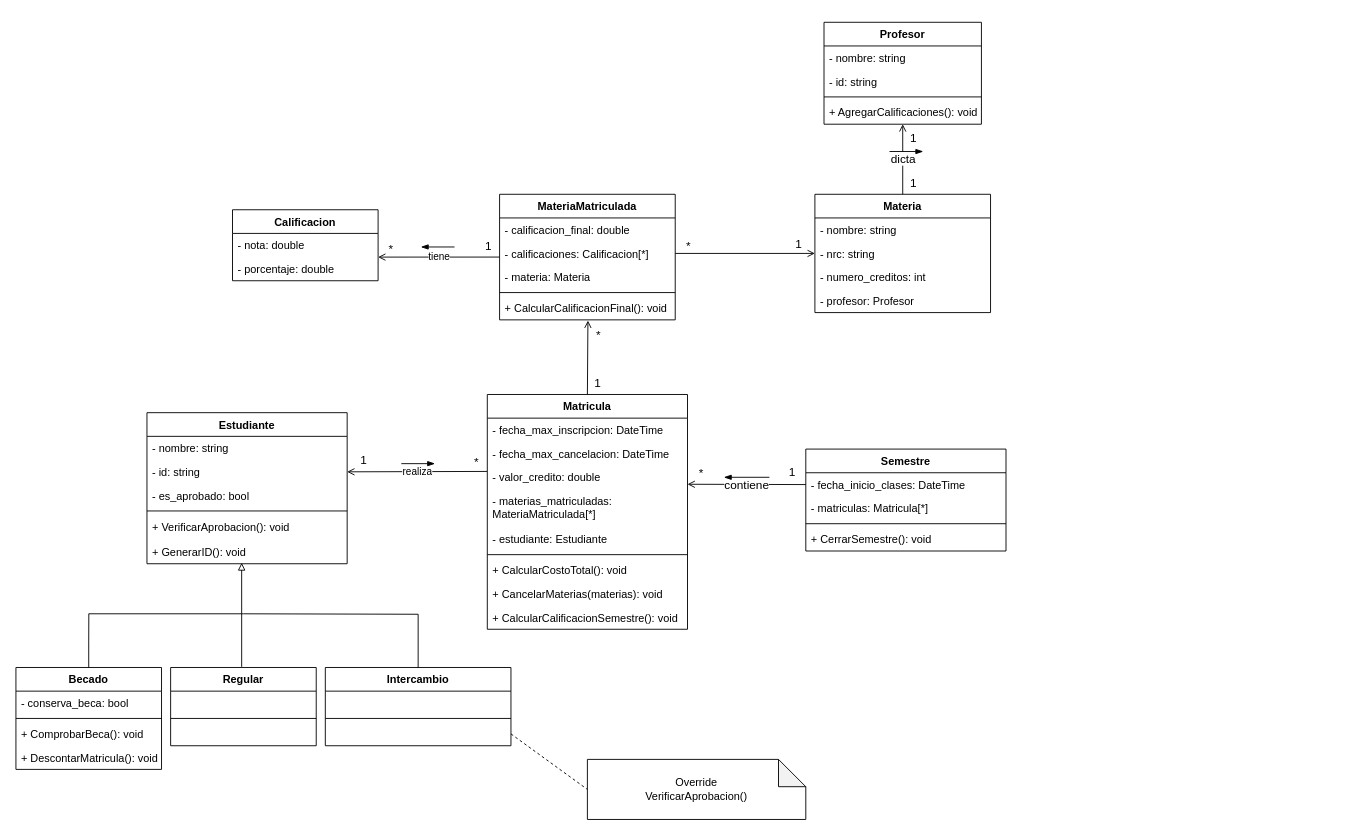
This is Diagrama UML v2.0.drawio from samuelperezh/sistema-universitario-poo, a draw.io file, before an edit. Source tidied: cells renumbered, new cells numbered last; positions are measured from the earlier drawing's top-left corner, leaving out a move shared by most shapes. Both pictures are drawn from the tidied source at 91%, with x=0, y=0 at pixel (15, 22).
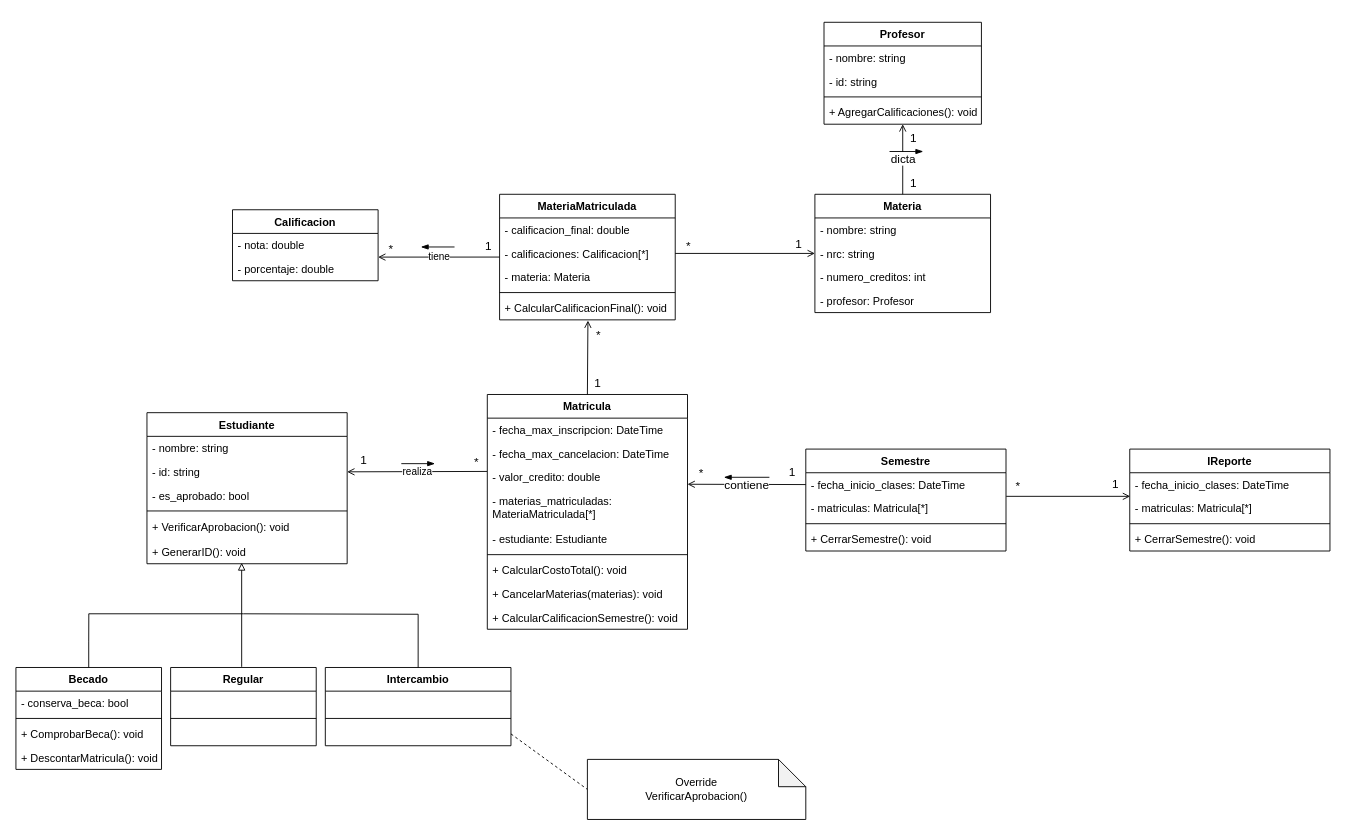
After the change.

Commit message (it also covers changes not shown here):
Actualización Diagrama y Clases

Unchanged cells that the change refers to:
```xml
<mxCell id="4" value="- matriculas: Matricula[*]" style="text;strokeColor=none;fillColor=none;align=left;verticalAlign=top;spacingLeft=4;spacingRight=4;overflow=hidden;points=[[0,0.5],[1,0.5]];portConstraint=eastwest;" parent="2" vertex="1">
  <mxGeometry y="52" width="220" height="26" as="geometry" />
</mxCell>
```

Change to the diagram source:
```diff
@@
+    <mxCell id="88" value="IReporte" style="swimlane;fontStyle=1;align=center;verticalAlign=top;horizontal=1;startSize=26;fillColor=none;" parent="1" vertex="1">
+      <mxGeometry x="1224" y="469" width="220" height="112" as="geometry" />
+    </mxCell>
+    <mxCell id="89" value="- fecha_inicio_clases: DateTime" style="text;strokeColor=none;fillColor=none;align=left;verticalAlign=top;spacingLeft=4;spacingRight=4;overflow=hidden;" parent="88" vertex="1">
+      <mxGeometry y="26" width="220" height="26" as="geometry" />
+    </mxCell>
+    <mxCell id="90" value="- matriculas: Matricula[*]" style="text;strokeColor=none;fillColor=none;align=left;verticalAlign=top;spacingLeft=4;spacingRight=4;overflow=hidden;points=[[0,0.5],[1,0.5]];portConstraint=eastwest;" parent="88" vertex="1">
+      <mxGeometry y="52" width="220" height="26" as="geometry" />
+    </mxCell>
+    <mxCell id="91" style="line;strokeWidth=1;fillColor=none;align=left;verticalAlign=middle;spacingTop=-1;spacingLeft=3;spacingRight=3;labelPosition=right;" parent="88" vertex="1">
+      <mxGeometry y="78" width="220" height="8" as="geometry" />
+    </mxCell>
+    <mxCell id="92" value="+ CerrarSemestre(): void" style="text;strokeColor=none;fillColor=none;align=left;verticalAlign=top;spacingLeft=4;spacingRight=4;overflow=hidden;" parent="88" vertex="1">
+      <mxGeometry y="86" width="220" height="26" as="geometry" />
+    </mxCell>
+    <mxCell id="93" style="edgeStyle=none;rounded=0;jettySize=auto;html=1;exitX=1.001;exitY=-0.003;exitDx=0;exitDy=0;fontSize=13;endArrow=open;endFill=0;exitPerimeter=0;startArrow=none;startFill=0;entryX=0.002;entryY=-0.003;entryDx=0;entryDy=0;entryPerimeter=0;" parent="1" edge="1" source="4" target="90">
+      <mxGeometry relative="1" as="geometry" />
+    </mxCell>
+    <mxCell id="94" value="*" style="edgeLabel;html=1;align=center;verticalAlign=middle;fontSize=13;labelBackgroundColor=none;" parent="93" vertex="1">
+      <mxGeometry x="-0.75" y="3" relative="1" as="geometry">
+        <mxPoint x="-5" y="-9" as="offset" />
+      </mxGeometry>
+    </mxCell>
+    <mxCell id="95" value="1" style="edgeLabel;html=1;align=center;verticalAlign=middle;fontSize=13;labelBackgroundColor=none;" parent="93" vertex="1">
+      <mxGeometry x="0.75" y="1" relative="1" as="geometry">
+        <mxPoint y="-13" as="offset" />
+      </mxGeometry>
+    </mxCell>
```
